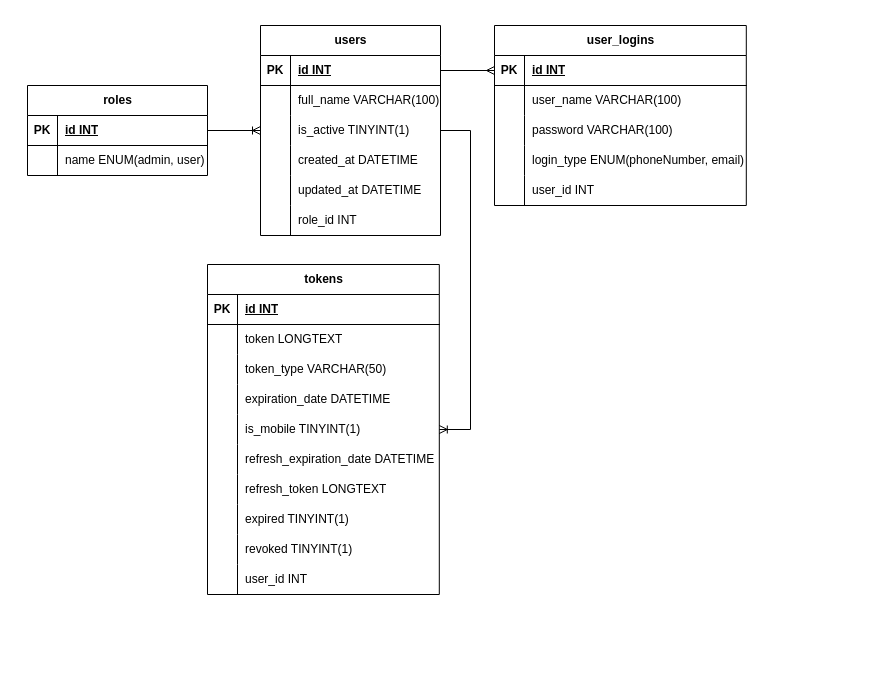
Before: Logistic_Web_App_Service_Login.drawio in VanNguyenHust/Logistic_App_Service_Login, a draw.io diagram. Source tidied: cells renumbered, new cells numbered last; positions are measured from the earlier drawing's top-left corner, leaving out a move shared by most shapes. Both pictures are drawn from the tidied source at 100%, with x=0, y=0 at pixel (27, 25).
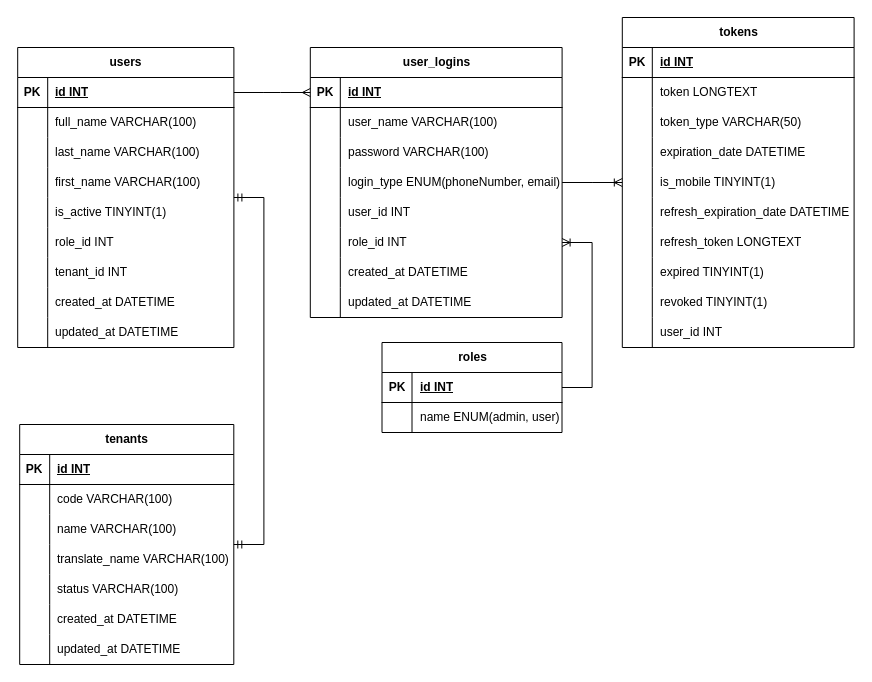
Above is the later version.

What changed in the source:
```diff
@@
     <mxCell id="2" value="users" style="shape=table;startSize=30;childLayout=tableLayout;rowLines=0;fontStyle=1;align=center;html=1;" parent="1" vertex="1">
-      <mxGeometry x="233" width="180" height="210" as="geometry" />
+      <mxGeometry x="-9.8" y="22" width="216.2" height="300" as="geometry" />
     </mxCell>
     <mxCell id="3" style="shape=tableRow;horizontal=0;startSize=0;swimlaneHead=0;swimlaneBody=0;fillColor=none;points=[[0,0.5],[1,0.5]];portConstraint=eastwest;top=0;left=0;right=0;bottom=1;" parent="2" vertex="1">
-      <mxGeometry y="30" width="180" height="30" as="geometry" />
+      <mxGeometry y="30" width="216.2" height="30" as="geometry" />
     </mxCell>
@@
     <mxCell id="5" value="id INT" style="shape=partialRectangle;fillColor=none;top=0;left=0;bottom=0;right=0;align=left;spacingLeft=6;fontStyle=5;overflow=hidden;whiteSpace=wrap;html=1;" parent="3" vertex="1">
-      <mxGeometry x="30" width="150" height="30" as="geometry" />
+      <mxGeometry x="30" width="186.2" height="30" as="geometry" />
     </mxCell>
     <mxCell id="6" style="shape=tableRow;horizontal=0;startSize=0;swimlaneHead=0;swimlaneBody=0;fillColor=none;top=0;left=0;right=0;bottom=0;" parent="2" vertex="1">
-      <mxGeometry y="60" width="180" height="30" as="geometry" />
+      <mxGeometry y="60" width="216.2" height="30" as="geometry" />
     </mxCell>
@@
     <mxCell id="8" value="full_name VARCHAR(100)" style="shape=partialRectangle;fillColor=none;top=0;left=0;bottom=0;right=0;align=left;spacingLeft=6;overflow=hidden;whiteSpace=wrap;html=1;" parent="6" vertex="1">
-      <mxGeometry x="30" width="150" height="30" as="geometry" />
+      <mxGeometry x="30" width="186.2" height="30" as="geometry" />
     </mxCell>
+    <mxCell id="78" style="shape=tableRow;horizontal=0;startSize=0;swimlaneHead=0;swimlaneBody=0;fillColor=none;top=0;left=0;right=0;bottom=0;" parent="2" vertex="1">
+      <mxGeometry y="90" width="216.2" height="30" as="geometry" />
+    </mxCell>
+    <mxCell id="79" style="shape=partialRectangle;fillColor=none;top=0;left=0;bottom=0;right=0;overflow=hidden;whiteSpace=wrap;html=1;" parent="78" vertex="1">
+      <mxGeometry width="30" height="30" as="geometry" />
+    </mxCell>
+    <mxCell id="80" value="last_name VARCHAR(100)" style="shape=partialRectangle;fillColor=none;top=0;left=0;bottom=0;right=0;align=left;spacingLeft=6;overflow=hidden;whiteSpace=wrap;html=1;" parent="78" vertex="1">
+      <mxGeometry x="30" width="186.2" height="30" as="geometry" />
+    </mxCell>
+    <mxCell id="81" style="shape=tableRow;horizontal=0;startSize=0;swimlaneHead=0;swimlaneBody=0;fillColor=none;top=0;left=0;right=0;bottom=0;" parent="2" vertex="1">
+      <mxGeometry y="120" width="216.2" height="30" as="geometry" />
+    </mxCell>
+    <mxCell id="82" style="shape=partialRectangle;fillColor=none;top=0;left=0;bottom=0;right=0;overflow=hidden;whiteSpace=wrap;html=1;" parent="81" vertex="1">
+      <mxGeometry width="30" height="30" as="geometry" />
+    </mxCell>
+    <mxCell id="83" value="first_name VARCHAR(100)" style="shape=partialRectangle;fillColor=none;top=0;left=0;bottom=0;right=0;align=left;spacingLeft=6;overflow=hidden;whiteSpace=wrap;html=1;" parent="81" vertex="1">
+      <mxGeometry x="30" width="186.2" height="30" as="geometry" />
+    </mxCell>
     <mxCell id="9" style="shape=tableRow;horizontal=0;startSize=0;swimlaneHead=0;swimlaneBody=0;fillColor=none;top=0;left=0;right=0;bottom=0;" parent="2" vertex="1">
-      <mxGeometry y="90" width="180" height="30" as="geometry" />
+      <mxGeometry y="150" width="216.2" height="30" as="geometry" />
     </mxCell>
@@
     <mxCell id="11" value="is_active TINYINT(1)" style="shape=partialRectangle;fillColor=none;top=0;left=0;bottom=0;right=0;align=left;spacingLeft=6;overflow=hidden;whiteSpace=wrap;html=1;" parent="9" vertex="1">
-      <mxGeometry x="30" width="150" height="30" as="geometry" />
+      <mxGeometry x="30" width="186.2" height="30" as="geometry" />
     </mxCell>
+    <mxCell id="18" style="shape=tableRow;horizontal=0;startSize=0;swimlaneHead=0;swimlaneBody=0;fillColor=none;top=0;left=0;right=0;bottom=0;" parent="2" vertex="1">
+      <mxGeometry y="180" width="216.2" height="30" as="geometry" />
+    </mxCell>
+    <mxCell id="19" style="shape=partialRectangle;fillColor=none;top=0;left=0;bottom=0;right=0;overflow=hidden;whiteSpace=wrap;html=1;" parent="18" vertex="1">
+      <mxGeometry width="30" height="30" as="geometry" />
+    </mxCell>
+    <mxCell id="20" value="role_id INT" style="shape=partialRectangle;fillColor=none;top=0;left=0;bottom=0;right=0;align=left;spacingLeft=6;overflow=hidden;whiteSpace=wrap;html=1;" parent="18" vertex="1">
+      <mxGeometry x="30" width="186.2" height="30" as="geometry" />
+    </mxCell>
+    <mxCell id="84" style="shape=tableRow;horizontal=0;startSize=0;swimlaneHead=0;swimlaneBody=0;fillColor=none;top=0;left=0;right=0;bottom=0;" parent="2" vertex="1">
+      <mxGeometry y="210" width="216.2" height="30" as="geometry" />
+    </mxCell>
+    <mxCell id="85" style="shape=partialRectangle;fillColor=none;top=0;left=0;bottom=0;right=0;overflow=hidden;whiteSpace=wrap;html=1;" parent="84" vertex="1">
+      <mxGeometry width="30" height="30" as="geometry" />
+    </mxCell>
+    <mxCell id="86" value="tenant_id INT" style="shape=partialRectangle;fillColor=none;top=0;left=0;bottom=0;right=0;align=left;spacingLeft=6;overflow=hidden;whiteSpace=wrap;html=1;" parent="84" vertex="1">
+      <mxGeometry x="30" width="186.2" height="30" as="geometry" />
+    </mxCell>
     <mxCell id="12" style="shape=tableRow;horizontal=0;startSize=0;swimlaneHead=0;swimlaneBody=0;fillColor=none;top=0;left=0;right=0;bottom=0;" parent="2" vertex="1">
-      <mxGeometry y="120" width="180" height="30" as="geometry" />
+      <mxGeometry y="240" width="216.2" height="30" as="geometry" />
     </mxCell>
@@
     <mxCell id="14" value="created_at DATETIME" style="shape=partialRectangle;fillColor=none;top=0;left=0;bottom=0;right=0;align=left;spacingLeft=6;overflow=hidden;whiteSpace=wrap;html=1;" parent="12" vertex="1">
-      <mxGeometry x="30" width="150" height="30" as="geometry" />
+      <mxGeometry x="30" width="186.2" height="30" as="geometry" />
     </mxCell>
     <mxCell id="15" style="shape=tableRow;horizontal=0;startSize=0;swimlaneHead=0;swimlaneBody=0;fillColor=none;top=0;left=0;right=0;bottom=0;" parent="2" vertex="1">
-      <mxGeometry y="150" width="180" height="30" as="geometry" />
+      <mxGeometry y="270" width="216.2" height="30" as="geometry" />
     </mxCell>
@@
     <mxCell id="17" value="updated_at DATETIME" style="shape=partialRectangle;fillColor=none;top=0;left=0;bottom=0;right=0;align=left;spacingLeft=6;overflow=hidden;whiteSpace=wrap;html=1;" parent="15" vertex="1">
-      <mxGeometry x="30" width="150" height="30" as="geometry" />
+      <mxGeometry x="30" width="186.2" height="30" as="geometry" />
     </mxCell>
-    <mxCell id="18" style="shape=tableRow;horizontal=0;startSize=0;swimlaneHead=0;swimlaneBody=0;fillColor=none;top=0;left=0;right=0;bottom=0;" parent="2" vertex="1">
-      <mxGeometry y="180" width="180" height="30" as="geometry" />
-    </mxCell>
-    <mxCell id="19" style="shape=partialRectangle;fillColor=none;top=0;left=0;bottom=0;right=0;overflow=hidden;whiteSpace=wrap;html=1;" parent="18" vertex="1">
-      <mxGeometry width="30" height="30" as="geometry" />
-    </mxCell>
-    <mxCell id="20" value="role_id INT" style="shape=partialRectangle;fillColor=none;top=0;left=0;bottom=0;right=0;align=left;spacingLeft=6;overflow=hidden;whiteSpace=wrap;html=1;" parent="18" vertex="1">
-      <mxGeometry x="30" width="150" height="30" as="geometry" />
-    </mxCell>
     <mxCell id="21" value="user_logins" style="shape=table;startSize=30;childLayout=tableLayout;rowLines=0;fontStyle=1;align=center;html=1;" parent="1" vertex="1">
-      <mxGeometry x="467" width="251.8" height="180" as="geometry" />
+      <mxGeometry x="282.8" y="22" width="251.8" height="270" as="geometry" />
     </mxCell>
@@
+    <mxCell id="87" style="shape=tableRow;horizontal=0;startSize=0;swimlaneHead=0;swimlaneBody=0;fillColor=none;points=[[0,0.5],[1,0.5]];portConstraint=eastwest;top=0;left=0;right=0;bottom=0;" parent="21" vertex="1">
+      <mxGeometry y="180" width="251.8" height="30" as="geometry" />
+    </mxCell>
+    <mxCell id="88" style="shape=partialRectangle;fillColor=none;top=0;left=0;bottom=0;right=0;overflow=hidden;whiteSpace=wrap;html=1;" parent="87" vertex="1">
+      <mxGeometry width="30" height="30" as="geometry" />
+    </mxCell>
+    <mxCell id="89" value="role_id INT" style="shape=partialRectangle;fillColor=none;top=0;left=0;bottom=0;right=0;align=left;spacingLeft=6;overflow=hidden;whiteSpace=wrap;html=1;" parent="87" vertex="1">
+      <mxGeometry x="30" width="221.8" height="30" as="geometry" />
+    </mxCell>
+    <mxCell id="90" style="shape=tableRow;horizontal=0;startSize=0;swimlaneHead=0;swimlaneBody=0;fillColor=none;top=0;left=0;right=0;bottom=0;" parent="21" vertex="1">
+      <mxGeometry y="210" width="251.8" height="30" as="geometry" />
+    </mxCell>
+    <mxCell id="91" style="shape=partialRectangle;fillColor=none;top=0;left=0;bottom=0;right=0;overflow=hidden;whiteSpace=wrap;html=1;" parent="90" vertex="1">
+      <mxGeometry width="30" height="30" as="geometry" />
+    </mxCell>
+    <mxCell id="92" value="created_at DATETIME" style="shape=partialRectangle;fillColor=none;top=0;left=0;bottom=0;right=0;align=left;spacingLeft=6;overflow=hidden;whiteSpace=wrap;html=1;" parent="90" vertex="1">
+      <mxGeometry x="30" width="221.8" height="30" as="geometry" />
+    </mxCell>
+    <mxCell id="93" style="shape=tableRow;horizontal=0;startSize=0;swimlaneHead=0;swimlaneBody=0;fillColor=none;top=0;left=0;right=0;bottom=0;" parent="21" vertex="1">
+      <mxGeometry y="240" width="251.8" height="30" as="geometry" />
+    </mxCell>
+    <mxCell id="94" style="shape=partialRectangle;fillColor=none;top=0;left=0;bottom=0;right=0;overflow=hidden;whiteSpace=wrap;html=1;" parent="93" vertex="1">
+      <mxGeometry width="30" height="30" as="geometry" />
+    </mxCell>
+    <mxCell id="95" value="updated_at DATETIME" style="shape=partialRectangle;fillColor=none;top=0;left=0;bottom=0;right=0;align=left;spacingLeft=6;overflow=hidden;whiteSpace=wrap;html=1;" parent="93" vertex="1">
+      <mxGeometry x="30" width="221.8" height="30" as="geometry" />
+    </mxCell>
     <mxCell id="37" value="roles" style="shape=table;startSize=30;childLayout=tableLayout;rowLines=0;fontStyle=1;align=center;html=1;" parent="1" vertex="1">
-      <mxGeometry y="60" width="180" height="90" as="geometry" />
+      <mxGeometry x="354.5" y="317" width="180" height="90" as="geometry" />
     </mxCell>
@@
     <mxCell id="45" value="tokens" style="shape=table;startSize=30;childLayout=tableLayout;rowLines=0;fontStyle=1;align=center;html=1;" parent="1" vertex="1">
-      <mxGeometry x="180" y="239" width="231.8" height="330" as="geometry" />
+      <mxGeometry x="594.8" y="-8" width="231.8" height="330" as="geometry" />
     </mxCell>
@@
-    <mxCell id="76" style="edgeStyle=entityRelationEdgeStyle;fontSize=12;html=1;endArrow=ERoneToMany;rounded=0;" parent="1" edge="1" source="2" target="45">
+    <mxCell id="76" style="edgeStyle=entityRelationEdgeStyle;fontSize=12;html=1;endArrow=ERoneToMany;rounded=0;" parent="1" edge="1" source="21" target="45">
       <mxGeometry relative="1" as="geometry" />
     </mxCell>
-    <mxCell id="77" style="edgeStyle=entityRelationEdgeStyle;fontSize=12;html=1;endArrow=ERoneToMany;rounded=0;" parent="1" edge="1" source="37" target="2">
+    <mxCell id="77" style="edgeStyle=entityRelationEdgeStyle;fontSize=12;html=1;endArrow=ERoneToMany;rounded=0;" parent="1" edge="1" source="37" target="87">
       <mxGeometry relative="1" as="geometry" />
     </mxCell>
+    <mxCell id="96" value="tenants" style="shape=table;startSize=30;childLayout=tableLayout;rowLines=0;fontStyle=1;align=center;html=1;" parent="1" vertex="1">
+      <mxGeometry x="-7.8" y="399" width="214.1" height="240" as="geometry" />
+    </mxCell>
+    <mxCell id="97" style="shape=tableRow;horizontal=0;startSize=0;swimlaneHead=0;swimlaneBody=0;fillColor=none;top=0;left=0;right=0;bottom=1;" parent="96" vertex="1">
+      <mxGeometry y="30" width="214.1" height="30" as="geometry" />
+    </mxCell>
+    <mxCell id="98" value="PK" style="shape=partialRectangle;fillColor=none;top=0;left=0;bottom=0;right=0;fontStyle=1;overflow=hidden;whiteSpace=wrap;html=1;" parent="97" vertex="1">
+      <mxGeometry width="30" height="30" as="geometry" />
+    </mxCell>
+    <mxCell id="99" value="id INT" style="shape=partialRectangle;fillColor=none;top=0;left=0;bottom=0;right=0;align=left;spacingLeft=6;fontStyle=5;overflow=hidden;whiteSpace=wrap;html=1;" parent="97" vertex="1">
+      <mxGeometry x="30" width="184.1" height="30" as="geometry" />
+    </mxCell>
+    <mxCell id="100" style="shape=tableRow;horizontal=0;startSize=0;swimlaneHead=0;swimlaneBody=0;fillColor=none;top=0;left=0;right=0;bottom=0;" parent="96" vertex="1">
+      <mxGeometry y="60" width="214.1" height="30" as="geometry" />
+    </mxCell>
+    <mxCell id="101" style="shape=partialRectangle;fillColor=none;top=0;left=0;bottom=0;right=0;overflow=hidden;whiteSpace=wrap;html=1;" parent="100" vertex="1">
+      <mxGeometry width="30" height="30" as="geometry" />
+    </mxCell>
+    <mxCell id="102" value="code VARCHAR(100)" style="shape=partialRectangle;fillColor=none;top=0;left=0;bottom=0;right=0;align=left;spacingLeft=6;overflow=hidden;whiteSpace=wrap;html=1;" parent="100" vertex="1">
+      <mxGeometry x="30" width="184.1" height="30" as="geometry" />
+    </mxCell>
+    <mxCell id="103" style="shape=tableRow;horizontal=0;startSize=0;swimlaneHead=0;swimlaneBody=0;fillColor=none;top=0;left=0;right=0;bottom=0;" parent="96" vertex="1">
+      <mxGeometry y="90" width="214.1" height="30" as="geometry" />
+    </mxCell>
+    <mxCell id="104" style="shape=partialRectangle;fillColor=none;top=0;left=0;bottom=0;right=0;overflow=hidden;whiteSpace=wrap;html=1;" parent="103" vertex="1">
+      <mxGeometry width="30" height="30" as="geometry" />
+    </mxCell>
+    <mxCell id="105" value="name VARCHAR(100)" style="shape=partialRectangle;fillColor=none;top=0;left=0;bottom=0;right=0;align=left;spacingLeft=6;overflow=hidden;whiteSpace=wrap;html=1;" parent="103" vertex="1">
+      <mxGeometry x="30" width="184.1" height="30" as="geometry" />
+    </mxCell>
+    <mxCell id="106" style="shape=tableRow;horizontal=0;startSize=0;swimlaneHead=0;swimlaneBody=0;fillColor=none;top=0;left=0;right=0;bottom=0;" parent="96" vertex="1">
+      <mxGeometry y="120" width="214.1" height="30" as="geometry" />
+    </mxCell>
+    <mxCell id="107" style="shape=partialRectangle;fillColor=none;top=0;left=0;bottom=0;right=0;overflow=hidden;whiteSpace=wrap;html=1;" parent="106" vertex="1">
+      <mxGeometry width="30" height="30" as="geometry" />
+    </mxCell>
+    <mxCell id="108" value="translate_name VARCHAR(100)" style="shape=partialRectangle;fillColor=none;top=0;left=0;bottom=0;right=0;align=left;spacingLeft=6;overflow=hidden;whiteSpace=wrap;html=1;" parent="106" vertex="1">
+      <mxGeometry x="30" width="184.1" height="30" as="geometry" />
+    </mxCell>
+    <mxCell id="109" style="shape=tableRow;horizontal=0;startSize=0;swimlaneHead=0;swimlaneBody=0;fillColor=none;top=0;left=0;right=0;bottom=0;" parent="96" vertex="1">
+      <mxGeometry y="150" width="214.1" height="30" as="geometry" />
+    </mxCell>
+    <mxCell id="110" style="shape=partialRectangle;fillColor=none;top=0;left=0;bottom=0;right=0;overflow=hidden;whiteSpace=wrap;html=1;" parent="109" vertex="1">
+      <mxGeometry width="30" height="30" as="geometry" />
+    </mxCell>
+    <mxCell id="111" value="status VARCHAR(100)" style="shape=partialRectangle;fillColor=none;top=0;left=0;bottom=0;right=0;align=left;spacingLeft=6;overflow=hidden;whiteSpace=wrap;html=1;" parent="109" vertex="1">
+      <mxGeometry x="30" width="184.1" height="30" as="geometry" />
+    </mxCell>
+    <mxCell id="112" style="shape=tableRow;horizontal=0;startSize=0;swimlaneHead=0;swimlaneBody=0;fillColor=none;top=0;left=0;right=0;bottom=0;" parent="96" vertex="1">
+      <mxGeometry y="180" width="214.1" height="30" as="geometry" />
+    </mxCell>
+    <mxCell id="113" style="shape=partialRectangle;fillColor=none;top=0;left=0;bottom=0;right=0;overflow=hidden;whiteSpace=wrap;html=1;" parent="112" vertex="1">
+      <mxGeometry width="30" height="30" as="geometry" />
+    </mxCell>
+    <mxCell id="114" value="created_at DATETIME" style="shape=partialRectangle;fillColor=none;top=0;left=0;bottom=0;right=0;align=left;spacingLeft=6;overflow=hidden;whiteSpace=wrap;html=1;" parent="112" vertex="1">
+      <mxGeometry x="30" width="184.1" height="30" as="geometry" />
+    </mxCell>
+    <mxCell id="115" style="shape=tableRow;horizontal=0;startSize=0;swimlaneHead=0;swimlaneBody=0;fillColor=none;top=0;left=0;right=0;bottom=0;" parent="96" vertex="1">
+      <mxGeometry y="210" width="214.1" height="30" as="geometry" />
+    </mxCell>
+    <mxCell id="116" style="shape=partialRectangle;fillColor=none;top=0;left=0;bottom=0;right=0;overflow=hidden;whiteSpace=wrap;html=1;" parent="115" vertex="1">
+      <mxGeometry width="30" height="30" as="geometry" />
+    </mxCell>
+    <mxCell id="117" value="updated_at DATETIME" style="shape=partialRectangle;fillColor=none;top=0;left=0;bottom=0;right=0;align=left;spacingLeft=6;overflow=hidden;whiteSpace=wrap;html=1;" parent="115" vertex="1">
+      <mxGeometry x="30" width="184.1" height="30" as="geometry" />
+    </mxCell>
+    <mxCell id="118" style="edgeStyle=entityRelationEdgeStyle;fontSize=12;html=1;endArrow=ERmandOne;startArrow=ERmandOne;rounded=0;" parent="1" edge="1" source="2" target="96">
+      <mxGeometry relative="1" as="geometry" />
+    </mxCell>
```
